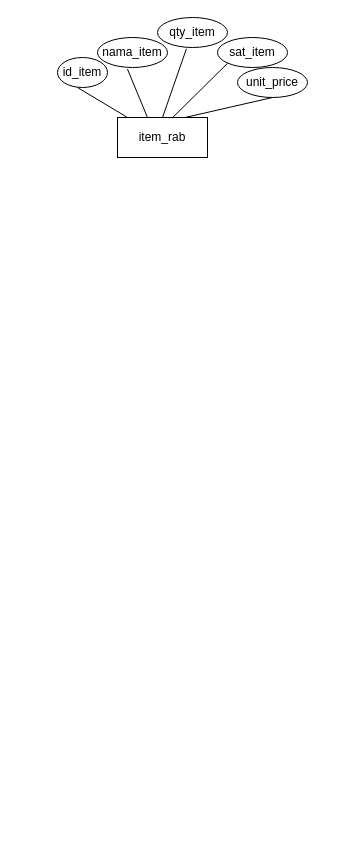
This is page "Page-5" (5 of 5) of MMM.drawio from Mabrural/mitra-maritim, a draw.io file, before an edit. Source tidied: cells renumbered, new cells numbered last; positions are measured from the earlier drawing's top-left corner, leaving out a move shared by most shapes. Both pictures are drawn from the tidied source at 100%, with x=0, y=0 at pixel (57, 17).
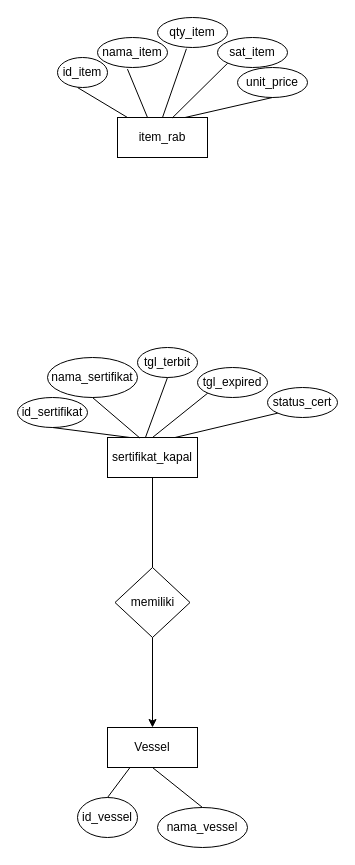
Above is the later version.

Commit message (it also covers changes not shown here):
pembuatan monitoring sertifikat sudah berhasil

Change to the diagram source:
```diff
@@
+    <mxCell id="13" value="sertifikat_kapal" style="rounded=0;whiteSpace=wrap;html=1;" parent="1" vertex="1">
+      <mxGeometry x="50" y="420" width="90" height="40" as="geometry" />
+    </mxCell>
+    <mxCell id="14" value="id_sertifikat" style="ellipse;whiteSpace=wrap;html=1;" parent="1" vertex="1">
+      <mxGeometry x="-40" y="380" width="70" height="30" as="geometry" />
+    </mxCell>
+    <mxCell id="15" style="endArrow=none;html=1;rounded=0;exitX=0.5;exitY=1;exitDx=0;exitDy=0;entryX=0.25;entryY=0;entryDx=0;entryDy=0;" parent="1" edge="1" source="14" target="13">
+      <mxGeometry relative="1" as="geometry" />
+    </mxCell>
+    <mxCell id="16" value="nama_sertifikat" style="ellipse;whiteSpace=wrap;html=1;" parent="1" vertex="1">
+      <mxGeometry x="-10" y="340" width="90" height="40" as="geometry" />
+    </mxCell>
+    <mxCell id="17" value="tgl_terbit" style="ellipse;whiteSpace=wrap;html=1;" parent="1" vertex="1">
+      <mxGeometry x="80" y="330" width="60" height="30" as="geometry" />
+    </mxCell>
+    <mxCell id="18" style="endArrow=none;html=1;rounded=0;entryX=0.5;entryY=1;entryDx=0;entryDy=0;exitX=0.36;exitY=0.014;exitDx=0;exitDy=0;exitPerimeter=0;" parent="1" edge="1" source="13" target="16">
+      <mxGeometry relative="1" as="geometry" />
+    </mxCell>
+    <mxCell id="19" value="tgl_expired" style="ellipse;whiteSpace=wrap;html=1;" parent="1" vertex="1">
+      <mxGeometry x="140" y="350" width="70" height="30" as="geometry" />
+    </mxCell>
+    <mxCell id="20" style="endArrow=none;html=1;rounded=0;exitX=0.5;exitY=0;exitDx=0;exitDy=0;entryX=0;entryY=1;entryDx=0;entryDy=0;" parent="1" edge="1" source="13" target="19">
+      <mxGeometry relative="1" as="geometry" />
+    </mxCell>
+    <mxCell id="21" style="endArrow=none;html=1;rounded=0;exitX=0.423;exitY=-0.008;exitDx=0;exitDy=0;exitPerimeter=0;entryX=0.5;entryY=1;entryDx=0;entryDy=0;" parent="1" edge="1" source="13" target="17">
+      <mxGeometry relative="1" as="geometry" />
+    </mxCell>
+    <mxCell id="22" value="status_cert" style="ellipse;whiteSpace=wrap;html=1;" parent="1" vertex="1">
+      <mxGeometry x="210" y="370" width="70" height="30" as="geometry" />
+    </mxCell>
+    <mxCell id="23" style="endArrow=none;html=1;rounded=0;exitX=0.75;exitY=0;exitDx=0;exitDy=0;entryX=0;entryY=1;entryDx=0;entryDy=0;" parent="1" edge="1" source="13" target="22">
+      <mxGeometry relative="1" as="geometry" />
+    </mxCell>
+    <mxCell id="24" value="Vessel" style="rounded=0;whiteSpace=wrap;html=1;" parent="1" vertex="1">
+      <mxGeometry x="50" y="710" width="90" height="40" as="geometry" />
+    </mxCell>
+    <mxCell id="25" value="id_vessel" style="ellipse;whiteSpace=wrap;html=1;" parent="1" vertex="1">
+      <mxGeometry x="20" y="780" width="60" height="40" as="geometry" />
+    </mxCell>
+    <mxCell id="26" style="endArrow=none;html=1;rounded=0;exitX=0.5;exitY=0;exitDx=0;exitDy=0;entryX=0.25;entryY=1;entryDx=0;entryDy=0;" parent="1" edge="1" source="25" target="24">
+      <mxGeometry relative="1" as="geometry" />
+    </mxCell>
+    <mxCell id="27" value="nama_vessel" style="ellipse;whiteSpace=wrap;html=1;" parent="1" vertex="1">
+      <mxGeometry x="100" y="790" width="90" height="40" as="geometry" />
+    </mxCell>
+    <mxCell id="28" style="endArrow=none;html=1;rounded=0;exitX=0.5;exitY=0;exitDx=0;exitDy=0;entryX=0.5;entryY=1;entryDx=0;entryDy=0;" parent="1" edge="1" source="27" target="24">
+      <mxGeometry relative="1" as="geometry" />
+    </mxCell>
+    <mxCell id="29" value="memiliki" style="rhombus;whiteSpace=wrap;html=1;" parent="1" vertex="1">
+      <mxGeometry x="57.5" y="550" width="75" height="70" as="geometry" />
+    </mxCell>
+    <mxCell id="30" style="endArrow=classic;html=1;rounded=0;entryX=0.5;entryY=0;entryDx=0;entryDy=0;exitX=0.5;exitY=1;exitDx=0;exitDy=0;" parent="1" edge="1" source="29" target="24">
+      <mxGeometry relative="1" as="geometry" />
+    </mxCell>
+    <mxCell id="31" style="endArrow=none;html=1;rounded=0;exitX=0.5;exitY=0;exitDx=0;exitDy=0;entryX=0.5;entryY=1;entryDx=0;entryDy=0;" parent="1" edge="1" source="29" target="13">
+      <mxGeometry relative="1" as="geometry" />
+    </mxCell>
```
